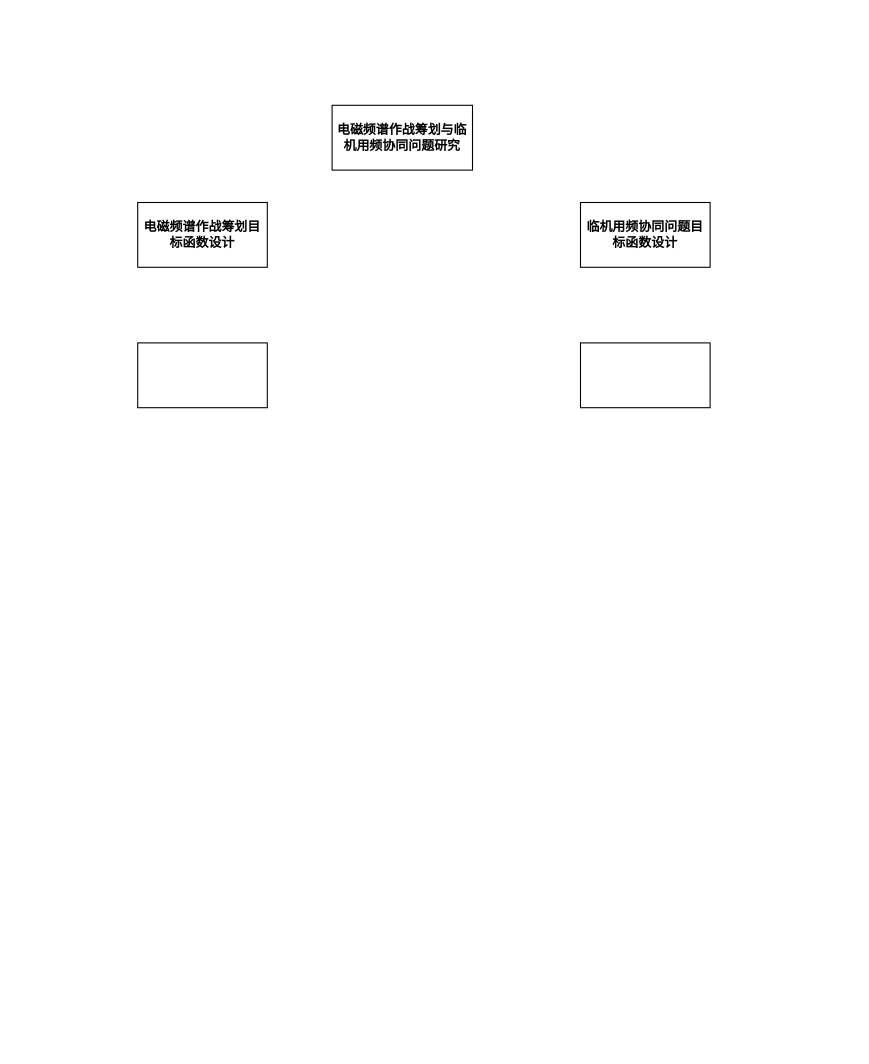
Earlier version of the draw.io diagram Untitled Diagram.drawio (liuming14/-). Source tidied: cells renumbered, new cells numbered last; positions are measured from the earlier drawing's top-left corner, leaving out a move shared by most shapes. Both pictures are drawn from the tidied source at 108%, with x=0, y=0 at pixel (137, 105).
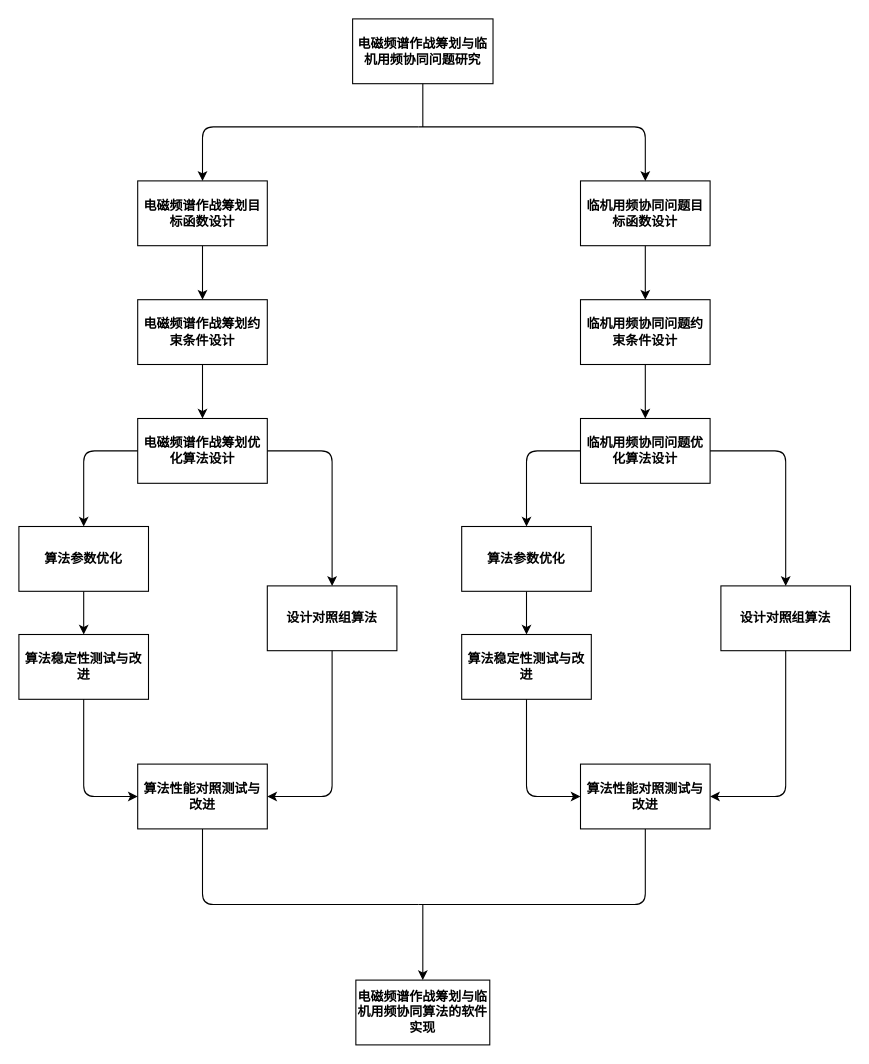
Above is the later version.

Change to the diagram source:
```diff
@@
-    <mxCell id="2" style="edgeStyle=orthogonalEdgeStyle;rounded=0;jettySize=auto;html=1;exitX=1;exitY=0;exitDx=0;exitDy=0;" parent="1" edge="1" source="3">
-      <mxGeometry relative="1" as="geometry">
-        <mxPoint x="310" as="targetPoint" />
-      </mxGeometry>
-    </mxCell>
     <mxCell id="3" value="&lt;b&gt;&lt;span&gt;电磁频谱作战筹划与临机用频协同问题研究&lt;/span&gt;&lt;/b&gt;" style="rounded=0;whiteSpace=wrap;html=1;" parent="1" vertex="1">
-      <mxGeometry x="180" width="130" height="60" as="geometry" />
+      <mxGeometry x="199" y="-80" width="130" height="60" as="geometry" />
     </mxCell>
+    <mxCell id="8" style="edgeStyle=orthogonalEdgeStyle;rounded=0;jettySize=auto;html=1;" parent="1" edge="1" source="4" target="7">
+      <mxGeometry relative="1" as="geometry" />
+    </mxCell>
     <mxCell id="4" value="&lt;b&gt;&lt;span&gt;电磁频谱作战筹划目标函数设计&lt;/span&gt;&lt;/b&gt;" style="rounded=0;whiteSpace=wrap;html=1;" parent="1" vertex="1">
-      <mxGeometry y="90" width="120" height="60" as="geometry" />
+      <mxGeometry y="70" width="120" height="60" as="geometry" />
     </mxCell>
+    <mxCell id="9" style="edgeStyle=orthogonalEdgeStyle;rounded=0;jettySize=auto;html=1;" parent="1" edge="1" source="5" target="6">
+      <mxGeometry relative="1" as="geometry" />
+    </mxCell>
     <mxCell id="5" value="&lt;b&gt;&lt;span&gt;临机用频协同问题目标函数设计&lt;/span&gt;&lt;/b&gt;" style="rounded=0;whiteSpace=wrap;html=1;" parent="1" vertex="1">
-      <mxGeometry x="410" y="90" width="120" height="60" as="geometry" />
+      <mxGeometry x="410" y="70" width="120" height="60" as="geometry" />
     </mxCell>
+    <mxCell id="10" style="edgeStyle=orthogonalEdgeStyle;rounded=0;jettySize=auto;html=1;" parent="1" edge="1" source="6" target="13">
+      <mxGeometry relative="1" as="geometry" />
+    </mxCell>
-    <mxCell id="6" style="rounded=0;whiteSpace=wrap;html=1;" parent="1" vertex="1">
-      <mxGeometry x="410" y="220" width="120" height="60" as="geometry" />
+    <mxCell id="6" value="&lt;b&gt;&lt;span&gt;&lt;b&gt;&lt;span&gt;临机用频协同问题&lt;/span&gt;&lt;/b&gt;约束条件设计&lt;/span&gt;&lt;/b&gt;" style="rounded=0;whiteSpace=wrap;html=1;" parent="1" vertex="1">
+      <mxGeometry x="410" y="180" width="120" height="60" as="geometry" />
     </mxCell>
+    <mxCell id="11" style="edgeStyle=orthogonalEdgeStyle;rounded=0;jettySize=auto;html=1;" parent="1" edge="1" source="7" target="12">
+      <mxGeometry relative="1" as="geometry" />
+    </mxCell>
-    <mxCell id="7" style="rounded=0;whiteSpace=wrap;html=1;" parent="1" vertex="1">
-      <mxGeometry y="220" width="120" height="60" as="geometry" />
+    <mxCell id="7" value="&lt;b&gt;&lt;span&gt;电磁频谱作战筹划约束条件设计&lt;/span&gt;&lt;/b&gt;" style="rounded=0;whiteSpace=wrap;html=1;" parent="1" vertex="1">
+      <mxGeometry y="180" width="120" height="60" as="geometry" />
     </mxCell>
+    <mxCell id="12" value="&lt;b&gt;&lt;span&gt;电磁频谱作战筹划优化算法设计&lt;/span&gt;&lt;/b&gt;" style="rounded=0;whiteSpace=wrap;html=1;" parent="1" vertex="1">
+      <mxGeometry y="290" width="120" height="60" as="geometry" />
+    </mxCell>
+    <mxCell id="13" value="&lt;b&gt;&lt;span&gt;&lt;b&gt;&lt;span&gt;临机用频协同问题&lt;/span&gt;&lt;/b&gt;优化算法设计&lt;/span&gt;&lt;/b&gt;" style="rounded=0;whiteSpace=wrap;html=1;" parent="1" vertex="1">
+      <mxGeometry x="410" y="290" width="120" height="60" as="geometry" />
+    </mxCell>
+    <mxCell id="14" style="edgeStyle=orthogonalEdgeStyle;rounded=0;jettySize=auto;html=1;" parent="1" edge="1" source="15" target="20">
+      <mxGeometry relative="1" as="geometry" />
+    </mxCell>
+    <mxCell id="15" value="&lt;b&gt;算法参数优化&lt;/b&gt;" style="whiteSpace=wrap;html=1;" parent="1" vertex="1">
+      <mxGeometry x="-110" y="390" width="120" height="60" as="geometry" />
+    </mxCell>
+    <mxCell id="16" style="edgeStyle=orthogonalEdgeStyle;rounded=0;jettySize=auto;html=1;" parent="1" edge="1" source="17" target="21">
+      <mxGeometry relative="1" as="geometry" />
+    </mxCell>
+    <mxCell id="17" value="&lt;b&gt;算法参数优化&lt;/b&gt;" style="whiteSpace=wrap;html=1;" parent="1" vertex="1">
+      <mxGeometry x="300" y="390" width="120" height="60" as="geometry" />
+    </mxCell>
+    <mxCell id="18" value="&lt;b&gt;设计对照组算法&lt;/b&gt;" style="whiteSpace=wrap;html=1;" parent="1" vertex="1">
+      <mxGeometry x="120" y="445" width="120" height="60" as="geometry" />
+    </mxCell>
+    <mxCell id="19" value="&lt;b&gt;设计对照组算法&lt;/b&gt;" style="whiteSpace=wrap;html=1;" parent="1" vertex="1">
+      <mxGeometry x="540" y="445" width="120" height="60" as="geometry" />
+    </mxCell>
+    <mxCell id="20" value="&lt;b&gt;算法稳定性测试与改进&lt;/b&gt;" style="whiteSpace=wrap;html=1;" parent="1" vertex="1">
+      <mxGeometry x="-110" y="490" width="120" height="60" as="geometry" />
+    </mxCell>
+    <mxCell id="21" value="&lt;b&gt;算法稳定性测试与改进&lt;/b&gt;" style="whiteSpace=wrap;html=1;" parent="1" vertex="1">
+      <mxGeometry x="300" y="490" width="120" height="60" as="geometry" />
+    </mxCell>
+    <mxCell id="22" value="&lt;b&gt;算法性能对照测试与改进&lt;/b&gt;" style="rounded=0;whiteSpace=wrap;html=1;" parent="1" vertex="1">
+      <mxGeometry y="610" width="120" height="60" as="geometry" />
+    </mxCell>
+    <mxCell id="23" value="&lt;b&gt;&lt;span&gt;电磁频谱作战筹划与临机用频协同&lt;/span&gt;算法的软件实现&lt;/b&gt;" style="rounded=0;whiteSpace=wrap;html=1;" parent="1" vertex="1">
+      <mxGeometry x="202" y="810" width="124" height="60" as="geometry" />
+    </mxCell>
+    <mxCell id="24" value="&lt;b&gt;算法性能对照测试与改进&lt;/b&gt;" style="rounded=0;whiteSpace=wrap;html=1;" parent="1" vertex="1">
+      <mxGeometry x="410" y="610" width="120" height="60" as="geometry" />
+    </mxCell>
+    <mxCell id="25" style="endArrow=classic;html=1;entryX=0.5;entryY=0;entryDx=0;entryDy=0;" parent="1" edge="1" target="5">
+      <mxGeometry relative="1" as="geometry">
+        <mxPoint x="260" y="20" as="sourcePoint" />
+        <Array as="points">
+          <mxPoint x="470" y="20" />
+        </Array>
+      </mxGeometry>
+    </mxCell>
+    <mxCell id="26" style="endArrow=classic;html=1;entryX=0.5;entryY=0;entryDx=0;entryDy=0;" parent="1" edge="1" target="4">
+      <mxGeometry relative="1" as="geometry">
+        <mxPoint x="260" y="20" as="sourcePoint" />
+        <Array as="points">
+          <mxPoint x="60" y="20" />
+        </Array>
+      </mxGeometry>
+    </mxCell>
+    <mxCell id="27" style="endArrow=classic;html=1;exitX=0;exitY=0.5;exitDx=0;exitDy=0;entryX=0.5;entryY=0;entryDx=0;entryDy=0;" parent="1" edge="1" source="12" target="15">
+      <mxGeometry relative="1" as="geometry">
+        <Array as="points">
+          <mxPoint x="-50" y="320" />
+        </Array>
+      </mxGeometry>
+    </mxCell>
+    <mxCell id="28" style="endArrow=classic;html=1;exitX=1;exitY=0.5;exitDx=0;exitDy=0;entryX=0.5;entryY=0;entryDx=0;entryDy=0;" parent="1" edge="1" source="12" target="18">
+      <mxGeometry relative="1" as="geometry">
+        <Array as="points">
+          <mxPoint x="180" y="320" />
+        </Array>
+      </mxGeometry>
+    </mxCell>
+    <mxCell id="29" style="endArrow=classic;html=1;exitX=0;exitY=0.5;exitDx=0;exitDy=0;entryX=0.5;entryY=0;entryDx=0;entryDy=0;" parent="1" edge="1" source="13" target="17">
+      <mxGeometry relative="1" as="geometry">
+        <Array as="points">
+          <mxPoint x="360" y="320" />
+        </Array>
+      </mxGeometry>
+    </mxCell>
+    <mxCell id="30" style="endArrow=classic;html=1;exitX=1;exitY=0.5;exitDx=0;exitDy=0;entryX=0.5;entryY=0;entryDx=0;entryDy=0;" parent="1" edge="1" source="13" target="19">
+      <mxGeometry relative="1" as="geometry">
+        <Array as="points">
+          <mxPoint x="600" y="320" />
+        </Array>
+      </mxGeometry>
+    </mxCell>
+    <mxCell id="31" style="endArrow=classic;html=1;exitX=0.5;exitY=1;exitDx=0;exitDy=0;entryX=1;entryY=0.5;entryDx=0;entryDy=0;" parent="1" edge="1" source="18" target="22">
+      <mxGeometry relative="1" as="geometry">
+        <Array as="points">
+          <mxPoint x="180" y="640" />
+        </Array>
+      </mxGeometry>
+    </mxCell>
+    <mxCell id="32" style="endArrow=classic;html=1;exitX=0.5;exitY=1;exitDx=0;exitDy=0;entryX=0;entryY=0.5;entryDx=0;entryDy=0;" parent="1" edge="1" source="20" target="22">
+      <mxGeometry relative="1" as="geometry">
+        <Array as="points">
+          <mxPoint x="-50" y="640" />
+        </Array>
+      </mxGeometry>
+    </mxCell>
+    <mxCell id="33" style="endArrow=classic;html=1;exitX=0.5;exitY=1;exitDx=0;exitDy=0;entryX=0;entryY=0.5;entryDx=0;entryDy=0;" parent="1" edge="1" source="21" target="24">
+      <mxGeometry relative="1" as="geometry">
+        <Array as="points">
+          <mxPoint x="360" y="640" />
+        </Array>
+      </mxGeometry>
+    </mxCell>
+    <mxCell id="34" style="endArrow=classic;html=1;exitX=0.5;exitY=1;exitDx=0;exitDy=0;entryX=1;entryY=0.5;entryDx=0;entryDy=0;" parent="1" edge="1" source="19" target="24">
+      <mxGeometry relative="1" as="geometry">
+        <Array as="points">
+          <mxPoint x="600" y="640" />
+        </Array>
+      </mxGeometry>
+    </mxCell>
+    <mxCell id="35" style="endArrow=classic;html=1;entryX=0.5;entryY=0;entryDx=0;entryDy=0;" parent="1" edge="1" target="23">
+      <mxGeometry relative="1" as="geometry">
+        <mxPoint x="264" y="740" as="sourcePoint" />
+      </mxGeometry>
+    </mxCell>
+    <mxCell id="36" style="endArrow=none;html=1;exitX=0.5;exitY=1;exitDx=0;exitDy=0;" parent="1" edge="1" source="22">
+      <mxGeometry relative="1" as="geometry">
+        <mxPoint x="260" y="740" as="targetPoint" />
+        <Array as="points">
+          <mxPoint x="60" y="740" />
+        </Array>
+      </mxGeometry>
+    </mxCell>
+    <mxCell id="37" style="endArrow=none;html=1;exitX=0.5;exitY=1;exitDx=0;exitDy=0;" parent="1" edge="1" source="24">
+      <mxGeometry relative="1" as="geometry">
+        <mxPoint x="260" y="740" as="targetPoint" />
+        <Array as="points">
+          <mxPoint x="470" y="740" />
+        </Array>
+      </mxGeometry>
+    </mxCell>
+    <mxCell id="38" style="endArrow=none;html=1;exitX=0.5;exitY=1;exitDx=0;exitDy=0;" parent="1" edge="1" source="3">
+      <mxGeometry relative="1" as="geometry">
+        <mxPoint x="264" y="20" as="targetPoint" />
+      </mxGeometry>
+    </mxCell>
```
